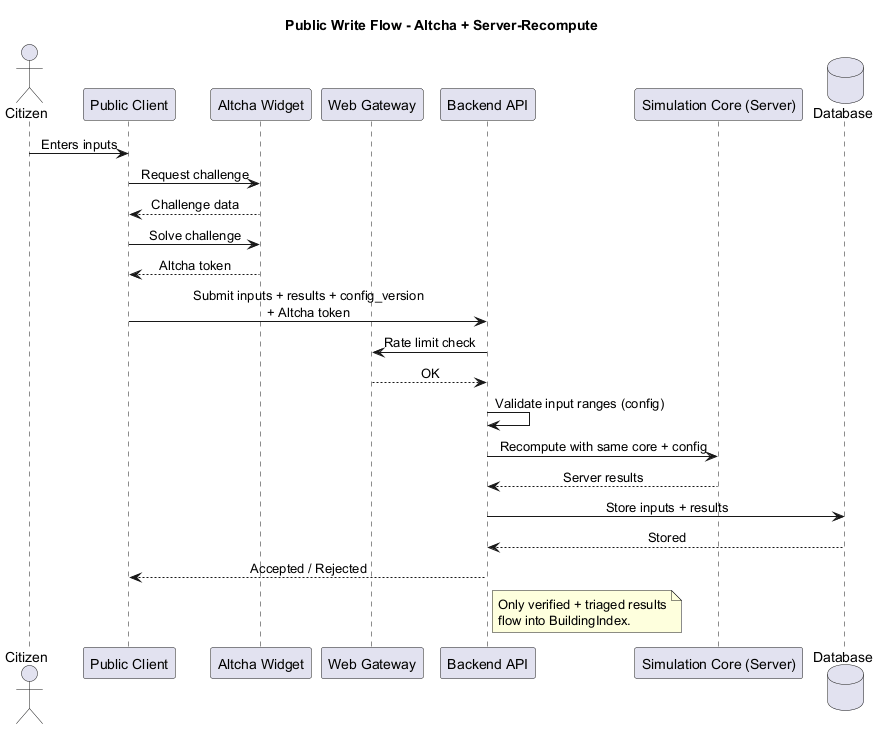
Above: docs/architecture/attachments/public-write-flow.png in csi-FOXBYTE/Regensburg_DigitalerEnergieZwilling_Backend (PlantUML), before the change.
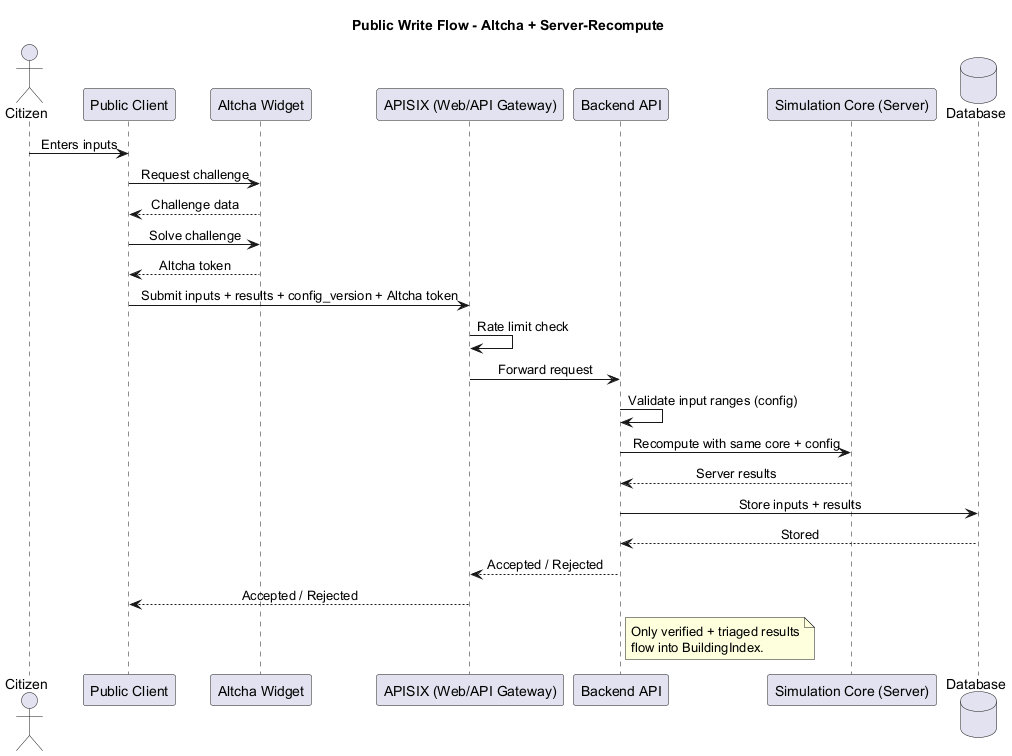
The same diagram one commit later.

Diff of the diagram source:
```diff
@@ -7,7 +7,7 @@
 actor Citizen as user
 participant "Public Client" as client
 participant "Altcha Widget" as altcha
-participant "Web Gateway" as gateway
+participant "APISIX (Web/API Gateway)" as gateway
 participant "Backend API" as api
 participant "Simulation Core (Server)" as sim
 database "Database" as db
@@ -18,15 +18,16 @@
 client -> altcha: Solve challenge
 altcha --> client: Altcha token
 
-client -> api: Submit inputs + results + config_version\n+ Altcha token
-api -> gateway: Rate limit check
-gateway --> api: OK
+client -> gateway: Submit inputs + results + config_version + Altcha token
+gateway -> gateway: Rate limit check
+gateway -> api: Forward request
 api -> api: Validate input ranges (config)
 api -> sim: Recompute with same core + config
 sim --> api: Server results
 api -> db: Store inputs + results
 db --> api: Stored
-api --> client: Accepted / Rejected
+api --> gateway: Accepted / Rejected
+gateway --> client: Accepted / Rejected
 
 note right of api
 Only verified + triaged results
```
